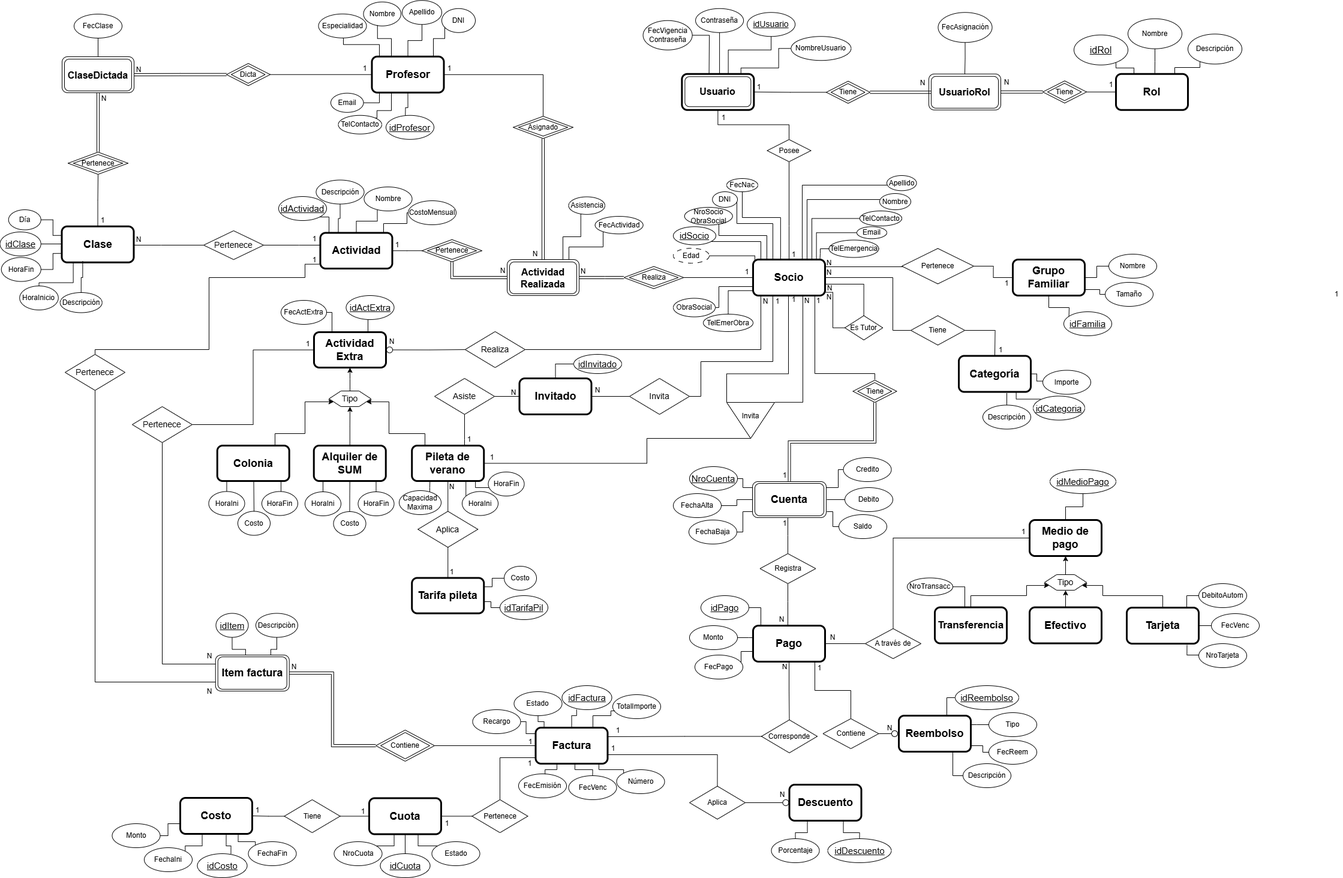
hernanferreras/Grupo6 keeps this draw.io diagram as DER.png. Above is the earlier version. Source tidied: cells renumbered, new cells last; positions are measured from the earlier drawing's top-left corner, leaving out a move shared by most shapes.
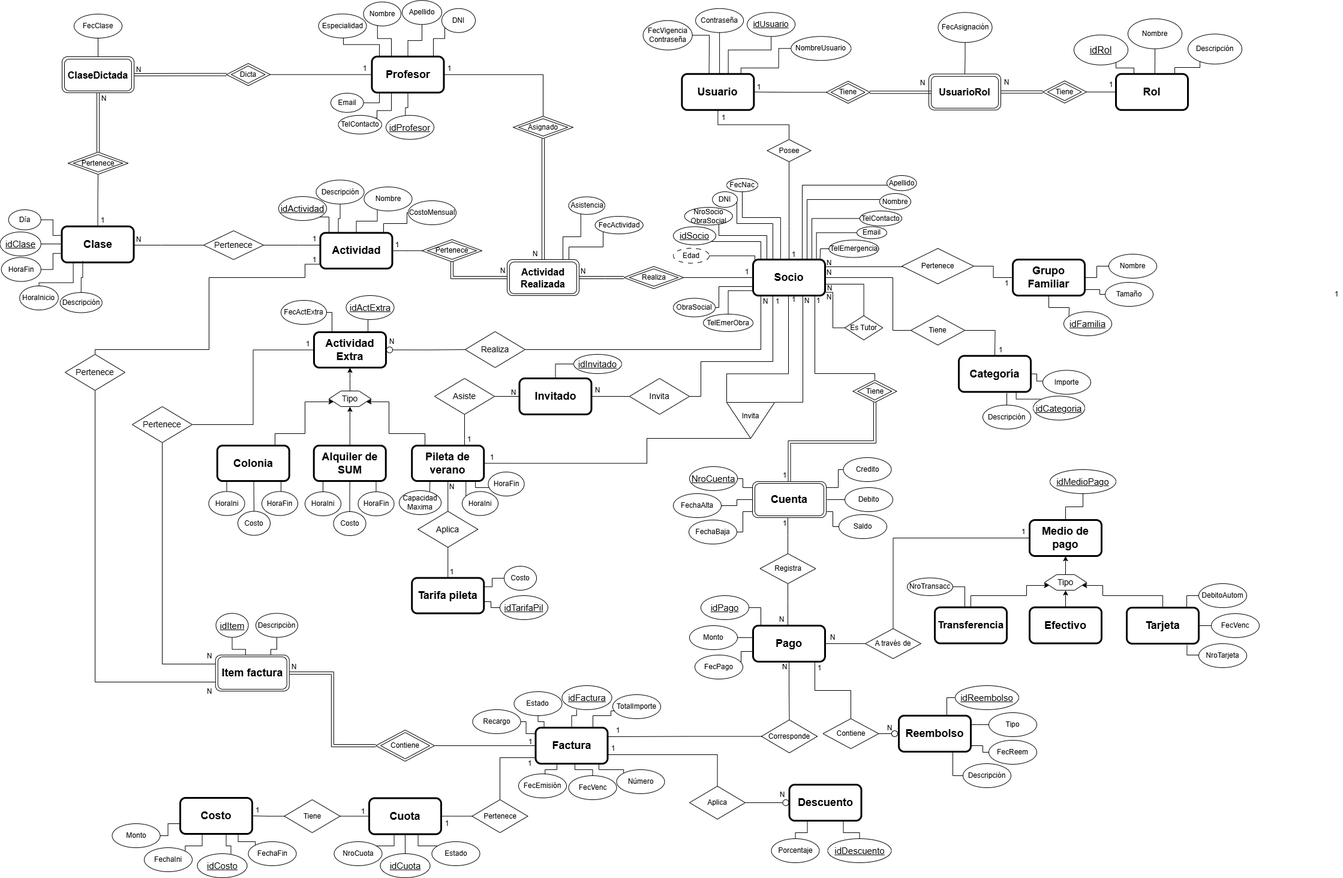
The same file after the commit.

Diff of the diagram source:
```diff
@@ -1617,9 +1617,6 @@
         </Array>
       </mxGeometry>
     </mxCell>
-    <mxCell id="375" value="&lt;font style=&quot;font-size: 16px;&quot;&gt;Usuario&lt;/font&gt;" style="rounded=1;whiteSpace=wrap;html=1;strokeWidth=1;strokeColor=default;fontStyle=1;" parent="1" vertex="1">
-      <mxGeometry x="1141.4" y="127.2" width="110" height="50" as="geometry" />
-    </mxCell>
     <mxCell id="376" style="edgeStyle=orthogonalEdgeStyle;rounded=0;jettySize=auto;html=1;entryX=0.5;entryY=1;entryDx=0;entryDy=0;" parent="1" edge="1" source="377" target="134">
       <mxGeometry relative="1" as="geometry" />
     </mxCell>
```
